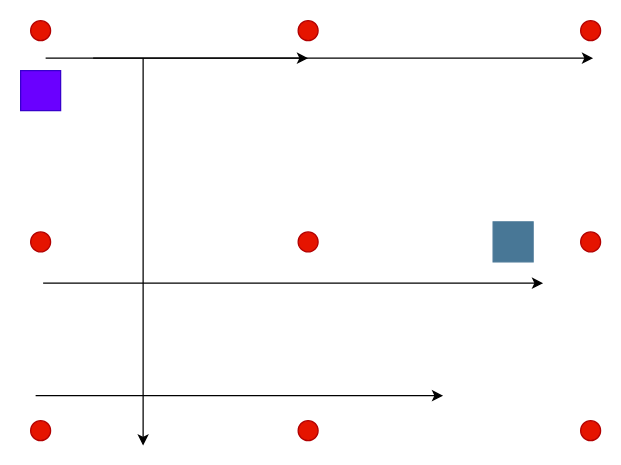
Earlier version of the draw.io diagram examples/navigationSimulationRos/poi_test.drawio (lesunb/HMRSsim). Source tidied: cells renumbered, new cells numbered last; positions are measured from the earlier drawing's top-left corner, leaving out a move shared by most shapes. Both pictures are drawn from the tidied source at 125%, with x=0, y=0 at pixel (20, 20).
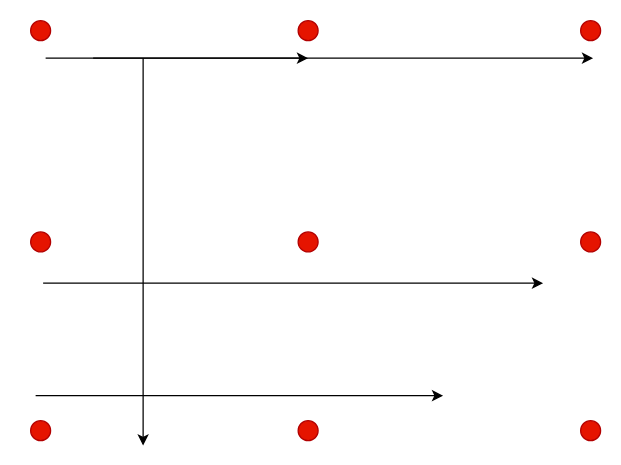
The same page after the edit.

Change to the diagram source:
```diff
@@
-    <mxCell id="2" style="rounded=0;whiteSpace=wrap;html=1;fillColor=#6a00ff;strokeColor=#3700CC;fontColor=#ffffff;" parent="1" vertex="1">
-      <mxGeometry y="40" width="32" height="32" as="geometry" />
-    </mxCell>
@@
-    <mxCell id="17" style="rounded=0;whiteSpace=wrap;html=1;fillColor=#487796;strokeColor=#487796;fontColor=#ffffff;" parent="1" vertex="1">
-      <mxGeometry x="378" y="161" width="32" height="32" as="geometry" />
-    </mxCell>
```
